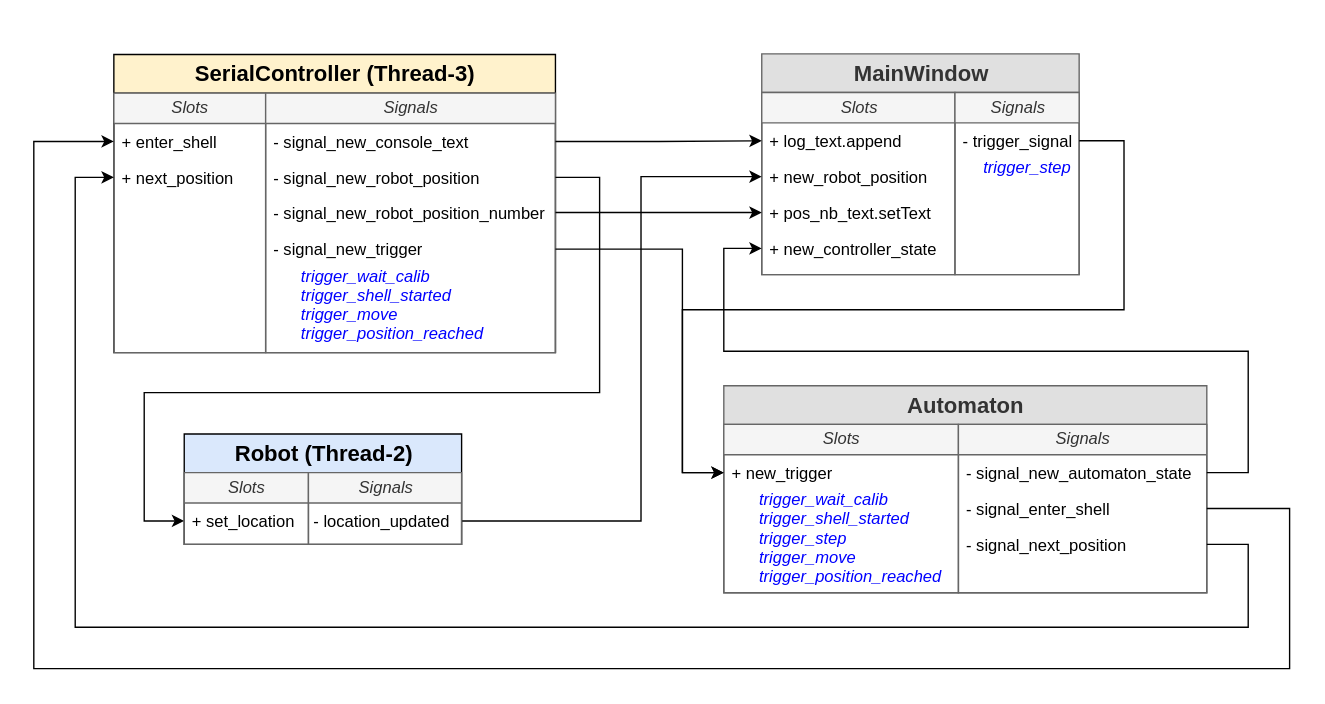
Above: doc/source/qt_connections.drawio in cogip/simulation (draw.io), before the change. Source tidied: cells renumbered, new cells numbered last; positions are measured from the earlier drawing's top-left corner, leaving out a move shared by most shapes. Both pictures are drawn from the tidied source at 138%, with x=0, y=0 at pixel (33, 52).
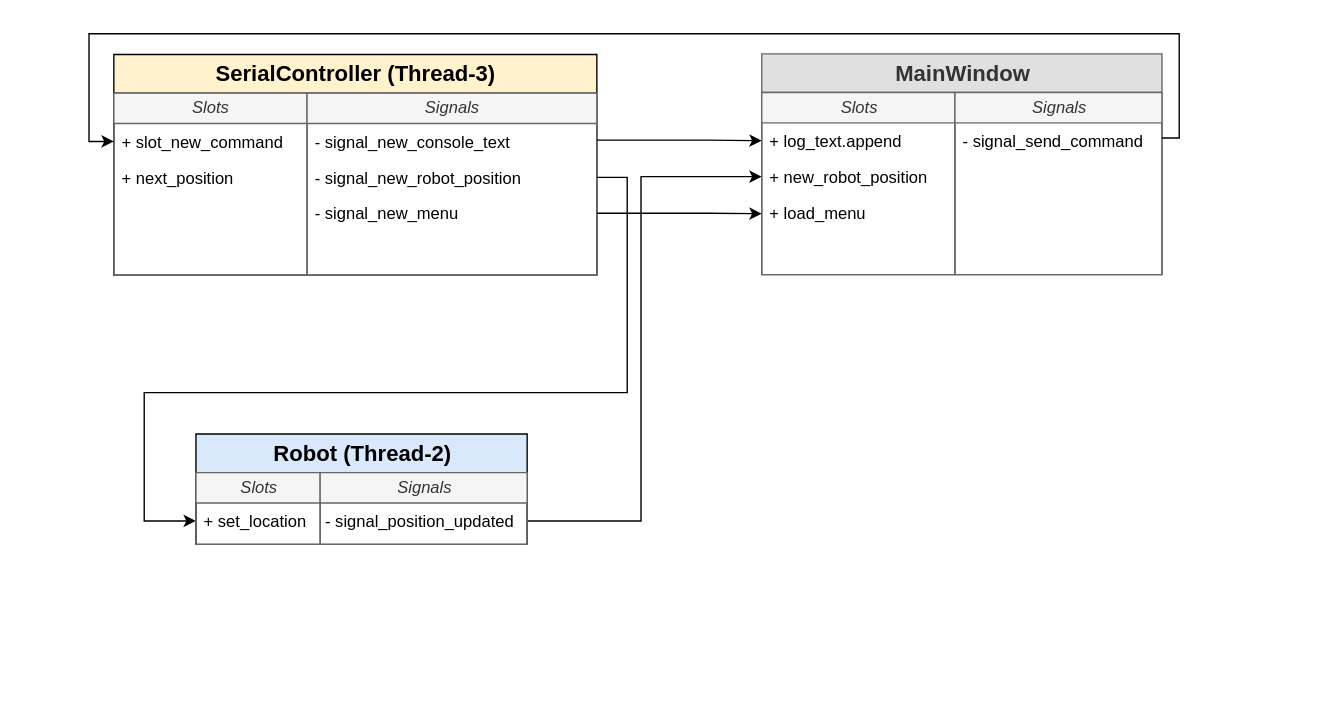
The same page after the edit.

The change refers to these unchanged cells:
```xml
<mxCell id="5" value="+ next_position" style="text;strokeColor=none;fillColor=none;align=left;verticalAlign=top;spacingLeft=4;spacingRight=4;overflow=hidden;points=[[0,0.5],[1,0.5]];portConstraint=eastwest;rounded=0;startSize=26;fontFamily=Helvetica;" parent="3" vertex="1">
  <mxGeometry y="48" width="110" height="26" as="geometry" />
</mxCell>
<mxCell id="7" value="- signal_new_console_text" style="text;strokeColor=none;fillColor=none;align=left;verticalAlign=top;spacingLeft=4;spacingRight=4;overflow=hidden;points=[[0,0.5],[1,0.5]];portConstraint=eastwest;rounded=0;startSize=26;fontFamily=Helvetica;" parent="6" vertex="1">
  <mxGeometry y="22" width="210" height="26" as="geometry" />
</mxCell>
<mxCell id="8" value="- signal_new_robot_position " style="text;strokeColor=none;fillColor=none;align=left;verticalAlign=top;spacingLeft=4;spacingRight=4;overflow=hidden;points=[[0,0.5],[1,0.5]];portConstraint=eastwest;rounded=0;startSize=26;fontFamily=Helvetica;" parent="6" vertex="1">
  <mxGeometry y="48" width="210" height="26" as="geometry" />
</mxCell>
<mxCell id="13" value="&lt;i&gt;&lt;font style=&quot;font-weight: normal ; font-size: 12px&quot;&gt;Slots&lt;/font&gt;&lt;/i&gt;" style="swimlane;html=1;startSize=22;fillColor=#f5f5f5;strokeColor=#666666;fontColor=#333333;" parent="12" vertex="1">
  <mxGeometry y="28" width="140" height="132" as="geometry" />
</mxCell>
<mxCell id="14" value="+ log_text.append" style="text;strokeColor=none;fillColor=none;align=left;verticalAlign=top;spacingLeft=4;spacingRight=4;overflow=hidden;points=[[0,0.5],[1,0.5]];portConstraint=eastwest;rounded=0;startSize=26;fontFamily=Helvetica;" parent="13" vertex="1">
  <mxGeometry y="22" width="140" height="26" as="geometry" />
</mxCell>
<mxCell id="38" value="+ set_location" style="text;strokeColor=none;fillColor=none;align=left;verticalAlign=top;spacingLeft=4;spacingRight=4;overflow=hidden;points=[[0,0.5],[1,0.5]];portConstraint=eastwest;rounded=0;startSize=26;fontFamily=Helvetica;" parent="37" vertex="1">
  <mxGeometry y="22" width="90" height="26" as="geometry" />
</mxCell>
```

Diff of the diagram source:
```diff
@@
     <mxCell id="2" value="&lt;font style=&quot;font-size: 16px&quot;&gt;SerialController (Thread-3)&lt;/font&gt;" style="swimlane;html=1;startSize=28;rounded=0;fontFamily=Helvetica;fillColor=#fff2cc;strokeColor=#000000;swimlaneLine=1;swimlaneFillColor=none;" parent="1" vertex="1">
-      <mxGeometry x="58" y="1" width="320" height="216" as="geometry" />
+      <mxGeometry x="58" y="1" width="350" height="160" as="geometry" />
     </mxCell>
     <mxCell id="3" value="&lt;i&gt;&lt;font style=&quot;font-weight: normal ; font-size: 12px&quot;&gt;Slots&lt;/font&gt;&lt;/i&gt;" style="swimlane;html=1;startSize=22;fillColor=#f5f5f5;strokeColor=#666666;fontColor=#333333;" parent="2" vertex="1">
-      <mxGeometry y="28" width="110" height="188" as="geometry" />
+      <mxGeometry y="28" width="140" height="132" as="geometry" />
     </mxCell>
-    <mxCell id="4" value="+ enter_shell" style="text;strokeColor=none;fillColor=none;align=left;verticalAlign=top;spacingLeft=4;spacingRight=4;overflow=hidden;points=[[0,0.5],[1,0.5]];portConstraint=eastwest;rounded=0;startSize=26;fontFamily=Helvetica;" parent="3" vertex="1">
-      <mxGeometry y="22" width="110" height="26" as="geometry" />
+    <mxCell id="4" value="+ slot_new_command" style="text;strokeColor=none;fillColor=none;align=left;verticalAlign=top;spacingLeft=4;spacingRight=4;overflow=hidden;points=[[0,0.5],[1,0.5]];portConstraint=eastwest;rounded=0;startSize=26;fontFamily=Helvetica;" parent="3" vertex="1">
+      <mxGeometry y="22" width="130" height="26" as="geometry" />
     </mxCell>
@@
     <mxCell id="6" value="&lt;font size=&quot;1&quot;&gt;&lt;i style=&quot;font-weight: normal ; font-size: 12px&quot;&gt;Signals&lt;/i&gt;&lt;/font&gt;" style="swimlane;html=1;startSize=22;fillColor=#f5f5f5;strokeColor=#666666;fontColor=#333333;shadow=0;horizontal=1;noLabel=0;labelPadding=0;perimeter=rectanglePerimeter;backgroundOutline=0;" parent="2" vertex="1">
-      <mxGeometry x="110" y="28" width="210" height="188" as="geometry" />
+      <mxGeometry x="140" y="28" width="210" height="132" as="geometry" />
     </mxCell>
+    <mxCell id="43" value="- signal_new_menu " style="text;strokeColor=none;fillColor=none;align=left;verticalAlign=top;spacingLeft=4;spacingRight=4;overflow=hidden;rounded=0;startSize=26;fontFamily=Helvetica;" parent="6" vertex="1">
+      <mxGeometry y="74" width="210" height="26" as="geometry" />
+    </mxCell>
@@
-    <mxCell id="9" value="- signal_new_robot_position_number" style="text;strokeColor=none;fillColor=none;align=left;verticalAlign=top;spacingLeft=4;spacingRight=4;overflow=hidden;points=[[0,0.5],[1,0.5]];portConstraint=eastwest;rounded=0;startSize=26;fontFamily=Helvetica;" parent="6" vertex="1">
-      <mxGeometry y="74" width="210" height="26" as="geometry" />
-    </mxCell>
-    <mxCell id="10" value="- signal_new_trigger" style="text;strokeColor=none;fillColor=none;align=left;verticalAlign=top;spacingLeft=4;spacingRight=4;overflow=hidden;points=[[0,0.5],[1,0.5]];portConstraint=eastwest;rounded=0;startSize=26;fontFamily=Helvetica;" parent="6" vertex="1">
-      <mxGeometry y="100" width="210" height="26" as="geometry" />
-    </mxCell>
-    <mxCell id="11" value="trigger_wait_calib&#10;trigger_shell_started&#10;trigger_move&#10;trigger_position_reached&#10;" style="text;strokeColor=none;fillColor=none;align=left;verticalAlign=top;spacingLeft=4;spacingRight=4;overflow=hidden;rounded=0;startSize=26;fontFamily=Helvetica;fontStyle=2;fontColor=#0000FF;" parent="6" vertex="1">
-      <mxGeometry x="20" y="119" width="150" height="72" as="geometry" />
-    </mxCell>
     <mxCell id="12" value="&lt;font style=&quot;font-size: 16px&quot;&gt;MainWindow&lt;/font&gt;" style="swimlane;html=1;startSize=28;rounded=0;fontFamily=Helvetica;fillColor=#E0E0E0;strokeColor=#666666;fontColor=#333333;swimlaneLine=1;" parent="1" vertex="1">
-      <mxGeometry x="527.5" y="0.5" width="230" height="160" as="geometry" />
+      <mxGeometry x="527.5" y="0.5" width="290" height="160" as="geometry" />
     </mxCell>
@@
+    <mxCell id="17" value="+ load_menu" style="text;strokeColor=none;fillColor=none;align=left;verticalAlign=top;spacingLeft=4;spacingRight=4;overflow=hidden;points=[[0,0.5],[1,0.5]];portConstraint=eastwest;rounded=0;startSize=26;fontFamily=Helvetica;" parent="13" vertex="1">
+      <mxGeometry y="74" width="140" height="26" as="geometry" />
+    </mxCell>
@@
-    <mxCell id="16" value="+ pos_nb_text.setText" style="text;strokeColor=none;fillColor=none;align=left;verticalAlign=top;spacingLeft=4;spacingRight=4;overflow=hidden;points=[[0,0.5],[1,0.5]];portConstraint=eastwest;rounded=0;startSize=26;fontFamily=Helvetica;" parent="13" vertex="1">
-      <mxGeometry y="74" width="140" height="26" as="geometry" />
-    </mxCell>
-    <mxCell id="17" value="+ new_controller_state" style="text;strokeColor=none;fillColor=none;align=left;verticalAlign=top;spacingLeft=4;spacingRight=4;overflow=hidden;points=[[0,0.5],[1,0.5]];portConstraint=eastwest;rounded=0;startSize=26;fontFamily=Helvetica;" parent="13" vertex="1">
-      <mxGeometry y="100" width="140" height="26" as="geometry" />
-    </mxCell>
     <mxCell id="18" value="&lt;font size=&quot;1&quot;&gt;&lt;i style=&quot;font-weight: normal ; font-size: 12px&quot;&gt;Signals&lt;/i&gt;&lt;/font&gt;" style="swimlane;html=1;startSize=22;fillColor=#f5f5f5;strokeColor=#666666;fontColor=#333333;shadow=0;horizontal=1;noLabel=0;labelPadding=0;snapToPoint=1;perimeter=rectanglePerimeter;backgroundOutline=0;" parent="12" vertex="1">
-      <mxGeometry x="140" y="28" width="90" height="132" as="geometry" />
+      <mxGeometry x="140" y="28" width="150" height="132" as="geometry" />
     </mxCell>
-    <mxCell id="19" value="- trigger_signal" style="text;strokeColor=none;fillColor=none;align=left;verticalAlign=top;spacingLeft=4;spacingRight=4;overflow=hidden;points=[[0,0.5],[1,0.5]];portConstraint=eastwest;rounded=0;startSize=26;fontFamily=Helvetica;" parent="18" vertex="1">
-      <mxGeometry y="22" width="90" height="26" as="geometry" />
+    <mxCell id="19" value="- signal_send_command" style="text;strokeColor=none;fillColor=none;align=left;verticalAlign=top;spacingLeft=4;spacingRight=4;overflow=hidden;points=[[0,0.5],[1,0.5]];portConstraint=eastwest;rounded=0;startSize=26;fontFamily=Helvetica;" parent="18" vertex="1">
+      <mxGeometry y="22" width="150" height="26" as="geometry" />
     </mxCell>
-    <mxCell id="20" value="trigger_step&#10;" style="text;strokeColor=none;fillColor=none;align=left;verticalAlign=top;spacingLeft=4;spacingRight=4;overflow=hidden;rounded=0;startSize=26;fontFamily=Helvetica;fontStyle=2;fontColor=#0000FF;" parent="18" vertex="1">
-      <mxGeometry x="15" y="41" width="75" height="29" as="geometry" />
-    </mxCell>
-    <mxCell id="21" value="&lt;font style=&quot;font-size: 16px&quot;&gt;Automaton&lt;/font&gt;" style="swimlane;html=1;startSize=28;rounded=0;fontFamily=Helvetica;fillColor=#E0E0E0;strokeColor=#666666;fontColor=#333333;swimlaneLine=1;" parent="1" vertex="1">
-      <mxGeometry x="500" y="241" width="350" height="150" as="geometry" />
-    </mxCell>
-    <mxCell id="22" value="&lt;i&gt;&lt;font style=&quot;font-weight: normal ; font-size: 12px&quot;&gt;Slots&lt;/font&gt;&lt;/i&gt;" style="swimlane;html=1;startSize=22;fillColor=#f5f5f5;strokeColor=#666666;fontColor=#333333;" parent="21" vertex="1">
-      <mxGeometry y="28" width="170" height="122" as="geometry" />
-    </mxCell>
-    <mxCell id="23" value="+ new_trigger" style="text;strokeColor=none;fillColor=none;align=left;verticalAlign=top;spacingLeft=4;spacingRight=4;overflow=hidden;points=[[0,0.5],[1,0.5]];portConstraint=eastwest;rounded=0;startSize=26;fontFamily=Helvetica;" parent="22" vertex="1">
-      <mxGeometry y="22" width="90" height="26" as="geometry" />
-    </mxCell>
-    <mxCell id="24" value="trigger_wait_calib&#10;trigger_shell_started&#10;trigger_step&#10;trigger_move&#10;trigger_position_reached&#10;" style="text;strokeColor=none;fillColor=none;align=left;verticalAlign=top;spacingLeft=4;spacingRight=4;overflow=hidden;rounded=0;startSize=26;fontFamily=Helvetica;fontStyle=2;fontColor=#0000FF;" parent="22" vertex="1">
-      <mxGeometry x="20" y="41" width="150" height="79" as="geometry" />
-    </mxCell>
-    <mxCell id="25" value="&lt;font size=&quot;1&quot;&gt;&lt;i style=&quot;font-weight: normal ; font-size: 12px&quot;&gt;Signals&lt;/i&gt;&lt;/font&gt;" style="swimlane;html=1;startSize=22;fillColor=#f5f5f5;strokeColor=#666666;fontColor=#333333;shadow=0;horizontal=1;noLabel=0;labelPadding=0;perimeter=rectanglePerimeter;backgroundOutline=0;" parent="21" vertex="1">
-      <mxGeometry x="170" y="28" width="180" height="122" as="geometry" />
-    </mxCell>
-    <mxCell id="26" value="- signal_next_position " style="text;strokeColor=none;fillColor=none;align=left;verticalAlign=top;spacingLeft=4;spacingRight=4;overflow=hidden;points=[[0,0.5],[1,0.5]];portConstraint=eastwest;rounded=0;startSize=26;fontFamily=Helvetica;" parent="25" vertex="1">
-      <mxGeometry y="74" width="180" height="26" as="geometry" />
-    </mxCell>
-    <mxCell id="27" value="- signal_enter_shell" style="text;strokeColor=none;fillColor=none;align=left;verticalAlign=top;spacingLeft=4;spacingRight=4;overflow=hidden;points=[[0,0.5],[1,0.5]];portConstraint=eastwest;rounded=0;startSize=26;fontFamily=Helvetica;" parent="25" vertex="1">
-      <mxGeometry y="48" width="180" height="26" as="geometry" />
-    </mxCell>
-    <mxCell id="28" value="- signal_new_automaton_state" style="text;strokeColor=none;fillColor=none;align=left;verticalAlign=top;spacingLeft=4;spacingRight=4;overflow=hidden;points=[[0,0.5],[1,0.5]];portConstraint=eastwest;rounded=0;startSize=26;fontFamily=Helvetica;" parent="25" vertex="1">
-      <mxGeometry y="22" width="180" height="26" as="geometry" />
-    </mxCell>
-    <mxCell id="29" style="edgeStyle=orthogonalEdgeStyle;rounded=0;jettySize=auto;html=1;startSize=26;fontFamily=Helvetica;entryX=0;entryY=0.5;entryDx=0;entryDy=0;" parent="1" edge="1" source="19" target="23">
-      <mxGeometry relative="1" as="geometry">
-        <Array as="points">
-          <mxPoint x="790" y="64" />
-          <mxPoint x="790" y="186" />
-          <mxPoint x="470" y="186" />
-          <mxPoint x="470" y="304" />
-        </Array>
-      </mxGeometry>
-    </mxCell>
     <mxCell id="30" style="edgeStyle=orthogonalEdgeStyle;rounded=0;jettySize=auto;html=1;entryX=0;entryY=0.5;entryDx=0;entryDy=0;startSize=26;fontFamily=Helvetica;" parent="1" edge="1" source="7" target="14">
-      <mxGeometry relative="1" as="geometry" />
+      <mxGeometry relative="1" as="geometry">
+        <Array as="points">
+          <mxPoint x="490" y="63" />
+          <mxPoint x="490" y="63" />
+        </Array>
+      </mxGeometry>
     </mxCell>
@@
     <mxCell id="32" style="edgeStyle=orthogonalEdgeStyle;rounded=0;jettySize=auto;html=1;entryX=0;entryY=0.5;entryDx=0;entryDy=0;startSize=26;fontFamily=Helvetica;exitX=1;exitY=0.5;exitDx=0;exitDy=0;" parent="1" edge="1" source="8" target="38">
       <mxGeometry relative="1" as="geometry">
         <Array as="points">
-          <mxPoint x="410" y="90" />
-          <mxPoint x="410" y="246" />
+          <mxPoint x="430" y="90" />
+          <mxPoint x="430" y="246" />
           <mxPoint x="80" y="246" />
           <mxPoint x="80" y="339" />
         </Array>
       </mxGeometry>
     </mxCell>
-    <mxCell id="33" style="edgeStyle=orthogonalEdgeStyle;rounded=0;jettySize=auto;html=1;entryX=0;entryY=0.5;entryDx=0;entryDy=0;startSize=26;fontFamily=Helvetica;" parent="1" edge="1" source="10" target="23">
-      <mxGeometry relative="1" as="geometry">
-        <Array as="points">
-          <mxPoint x="470" y="142" />
-          <mxPoint x="470" y="304" />
-        </Array>
-      </mxGeometry>
-    </mxCell>
-    <mxCell id="34" style="edgeStyle=orthogonalEdgeStyle;rounded=0;jettySize=auto;html=1;startSize=26;fontFamily=Helvetica;entryX=0;entryY=0.5;entryDx=0;entryDy=0;exitX=1;exitY=0.5;exitDx=0;exitDy=0;" parent="1" edge="1" source="27" target="4">
-      <mxGeometry relative="1" as="geometry">
-        <Array as="points">
-          <mxPoint x="910" y="330" />
-          <mxPoint x="910" y="446" />
-          <mxPoint y="446" />
-          <mxPoint y="64" />
-        </Array>
-      </mxGeometry>
-    </mxCell>
-    <mxCell id="35" style="edgeStyle=orthogonalEdgeStyle;rounded=0;jettySize=auto;html=1;entryX=0;entryY=0.5;entryDx=0;entryDy=0;startSize=26;fontFamily=Helvetica;exitX=1;exitY=0.5;exitDx=0;exitDy=0;" parent="1" edge="1" source="26" target="5">
-      <mxGeometry relative="1" as="geometry">
-        <Array as="points">
-          <mxPoint x="880" y="356" />
-          <mxPoint x="880" y="416" />
-          <mxPoint x="30" y="416" />
-          <mxPoint x="30" y="90" />
-        </Array>
-      </mxGeometry>
-    </mxCell>
     <mxCell id="36" value="&lt;font style=&quot;font-size: 16px&quot;&gt;Robot (Thread-2)&lt;br&gt;&lt;/font&gt;" style="swimlane;html=1;startSize=28;rounded=0;fontFamily=Helvetica;fillColor=#dae8fc;strokeColor=#000000;swimlaneLine=1;" parent="1" vertex="1">
-      <mxGeometry x="109" y="276" width="201" height="80" as="geometry" />
+      <mxGeometry x="117.5" y="276" width="240" height="80" as="geometry" />
     </mxCell>
@@
     <mxCell id="39" value="&lt;font size=&quot;1&quot;&gt;&lt;i style=&quot;font-weight: normal ; font-size: 12px&quot;&gt;Signals&lt;/i&gt;&lt;/font&gt;" style="swimlane;html=1;startSize=22;fillColor=#f5f5f5;strokeColor=#666666;fontColor=#333333;shadow=0;horizontal=1;noLabel=0;labelPadding=0;perimeter=rectanglePerimeter;backgroundOutline=0;" parent="36" vertex="1">
-      <mxGeometry x="90" y="28" width="111" height="52" as="geometry" />
+      <mxGeometry x="90" y="28" width="150" height="52" as="geometry" />
     </mxCell>
-    <mxCell id="40" value="- location_updated" style="text;strokeColor=none;fillColor=none;align=left;verticalAlign=top;spacingLeft=4;spacingRight=4;overflow=hidden;points=[[0,0.5],[1,0.5]];portConstraint=eastwest;rounded=0;startSize=26;fontFamily=Helvetica;" parent="39" vertex="1">
-      <mxGeometry x="-2" y="22" width="113" height="26" as="geometry" />
+    <mxCell id="40" value="- signal_position_updated&#10;&#10;" style="text;strokeColor=none;fillColor=none;align=left;verticalAlign=top;spacingLeft=4;spacingRight=4;overflow=hidden;points=[[0,0.5],[1,0.5]];portConstraint=eastwest;rounded=0;startSize=26;fontFamily=Helvetica;" parent="39" vertex="1">
+      <mxGeometry x="-2" y="22" width="152" height="26" as="geometry" />
     </mxCell>
-    <mxCell id="41" style="edgeStyle=orthogonalEdgeStyle;rounded=0;jettySize=auto;html=1;entryX=0;entryY=0.5;entryDx=0;entryDy=0;" parent="1" edge="1" source="9" target="16">
-      <mxGeometry relative="1" as="geometry">
-        <Array as="points">
-          <mxPoint x="453" y="116" />
-        </Array>
-      </mxGeometry>
-    </mxCell>
-    <mxCell id="42" style="edgeStyle=orthogonalEdgeStyle;rounded=0;jettySize=auto;html=1;entryX=0;entryY=0.5;entryDx=0;entryDy=0;exitX=1;exitY=0.5;exitDx=0;exitDy=0;" parent="1" edge="1" source="28" target="17">
-      <mxGeometry relative="1" as="geometry">
-        <Array as="points">
-          <mxPoint x="880" y="304" />
-          <mxPoint x="880" y="216" />
-          <mxPoint x="500" y="216" />
-          <mxPoint x="500" y="141" />
-        </Array>
-      </mxGeometry>
-    </mxCell>
+    <mxCell id="44" style="edgeStyle=orthogonalEdgeStyle;rounded=0;jettySize=auto;html=1;entryX=0;entryY=0.5;entryDx=0;entryDy=0;startSize=26;fontFamily=Helvetica;exitX=1;exitY=0.25;exitDx=0;exitDy=0;" parent="1" edge="1" source="18" target="4">
+      <mxGeometry relative="1" as="geometry">
+        <Array as="points">
+          <mxPoint x="830" y="62" />
+          <mxPoint x="830" y="-14" />
+          <mxPoint x="40" y="-14" />
+          <mxPoint x="40" y="64" />
+        </Array>
+      </mxGeometry>
+    </mxCell>
+    <mxCell id="45" style="edgeStyle=orthogonalEdgeStyle;rounded=0;orthogonalLoop=1;jettySize=auto;html=1;entryX=0;entryY=0.5;entryDx=0;entryDy=0;startSize=26;fontFamily=Helvetica;" parent="1" edge="1">
+      <mxGeometry relative="1" as="geometry">
+        <mxPoint x="408" y="116" as="sourcePoint" />
+        <mxPoint x="527.5" y="116.4" as="targetPoint" />
+        <Array as="points">
+          <mxPoint x="490" y="115.9" />
+          <mxPoint x="490" y="115.9" />
+        </Array>
+      </mxGeometry>
+    </mxCell>
```
